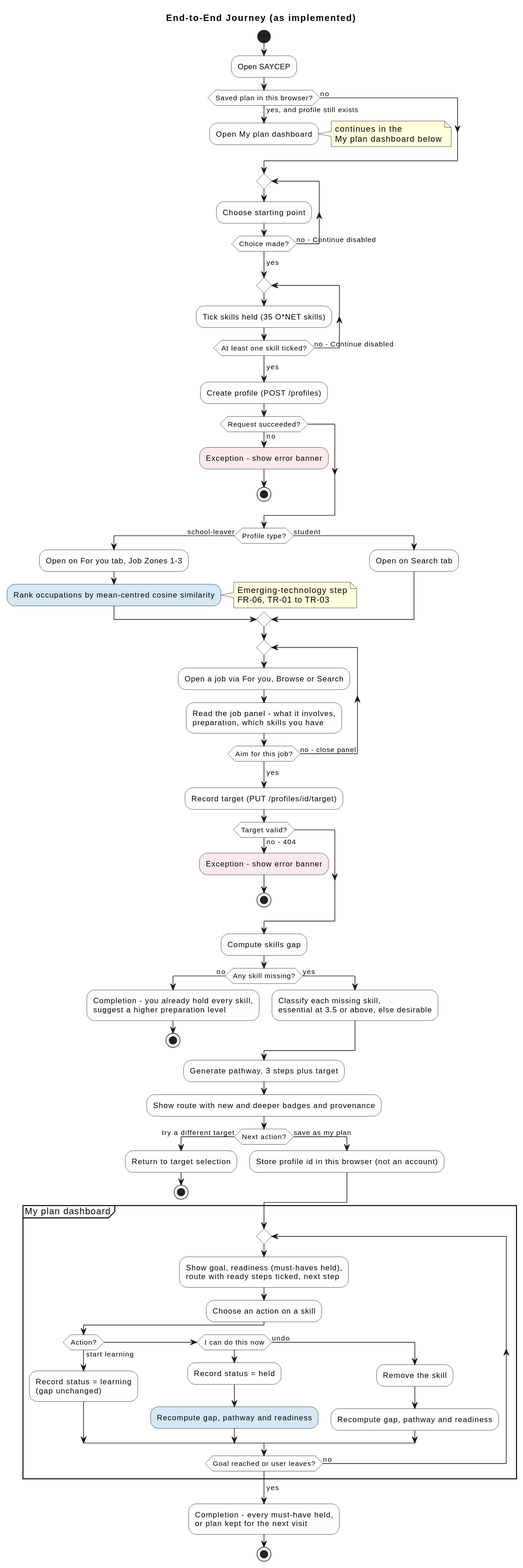
The PlantUML diagram docs/uml/a3/05-activity.svg in ShogunLSG/SAYCEP, before a commit.
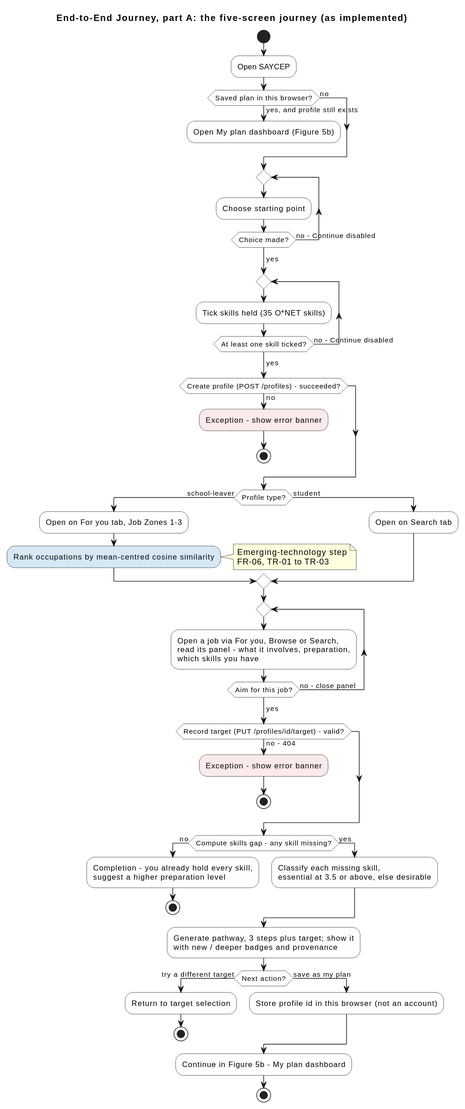
Later version of the same file.

The edit, as a diff of the source:
```diff
@@ -1,12 +1,11 @@
 @startuml
-title End-to-End Journey (as implemented)
+title End-to-End Journey, part A: the five-screen journey (as implemented)
 skinparam ActivityBackgroundColor #FEFEFE
 
 start
 :Open SAYCEP;
 if (Saved plan in this browser?) then (yes, and profile still exists)
-  :Open My plan dashboard;
-  note right: continues in the\nMy plan dashboard below
+  :Open My plan dashboard (Figure 5b);
   detach
 else (no)
 endif
@@ -18,8 +17,7 @@
   :Tick skills held (35 O*NET skills);
 repeat while (At least one skill ticked?) is (no - Continue disabled)
 -> yes;
-:Create profile (POST /profiles);
-if (Request succeeded?) then (no)
+if (Create profile (POST /profiles) - succeeded?) then (no)
   #FBEAEA:Exception - show error banner;
   stop
 endif
@@ -36,19 +34,17 @@
 endif
 
 repeat
-  :Open a job via For you, Browse or Search;
-  :Read the job panel - what it involves,
-  preparation, which skills you have;
+  :Open a job via For you, Browse or Search,
+  read its panel - what it involves, preparation,
+  which skills you have;
 repeat while (Aim for this job?) is (no - close panel)
 -> yes;
-:Record target (PUT /profiles/id/target);
-if (Target valid?) then (no - 404)
+if (Record target (PUT /profiles/id/target) - valid?) then (no - 404)
   #FBEAEA:Exception - show error banner;
   stop
 endif
 
-:Compute skills gap;
-if (Any skill missing?) then (no)
+if (Compute skills gap - any skill missing?) then (no)
   :Completion - you already hold every skill,
   suggest a higher preparation level;
   stop
@@ -57,8 +53,8 @@
   essential at 3.5 or above, else desirable;
 endif
 
-:Generate pathway, 3 steps plus target;
-:Show route with new and deeper badges and provenance;
+:Generate pathway, 3 steps plus target; show it
+with new / deeper badges and provenance;
 if (Next action?) then (try a different target)
   :Return to target selection;
   stop
@@ -66,25 +62,6 @@
   :Store profile id in this browser (not an account);
 endif
 
-partition "My plan dashboard" {
-  repeat
-    :Show goal, readiness (must-haves held),
-    route with ready steps ticked, next step;
-    :Choose an action on a skill;
-    if (Action?) then (start learning)
-      :Record status = learning
-      (gap unchanged);
-    elseif (I can do this now) then
-      :Record status = held;
-      #D6E8F5:Recompute gap, pathway and readiness;
-    else (undo)
-      :Remove the skill;
-      :Recompute gap, pathway and readiness;
-    endif
-  repeat while (Goal reached or user leaves?) is (no)
-  -> yes;
-}
-:Completion - every must-have held,
-or plan kept for the next visit;
+:Continue in Figure 5b - My plan dashboard;
 stop
 @enduml
```
